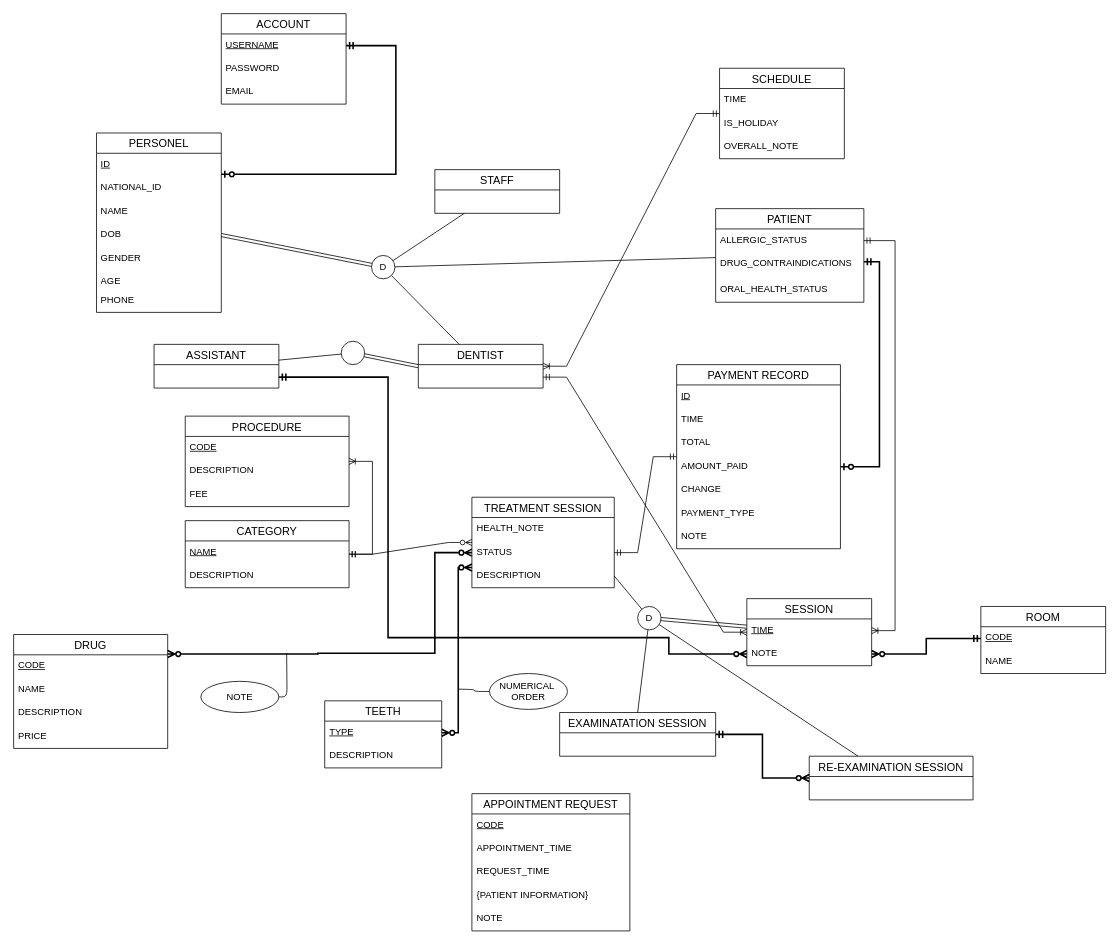
The draw.io diagram diagrams/conceptual-diagram-v4.drawio in nibtr/clinic-db, before the edit. Source tidied: cells renumbered, new cells numbered last; positions are measured from the earlier drawing's top-left corner, leaving out a move shared by most shapes. Both pictures are drawn from the tidied source at 78%, with x=0, y=0 at pixel (13, 13).
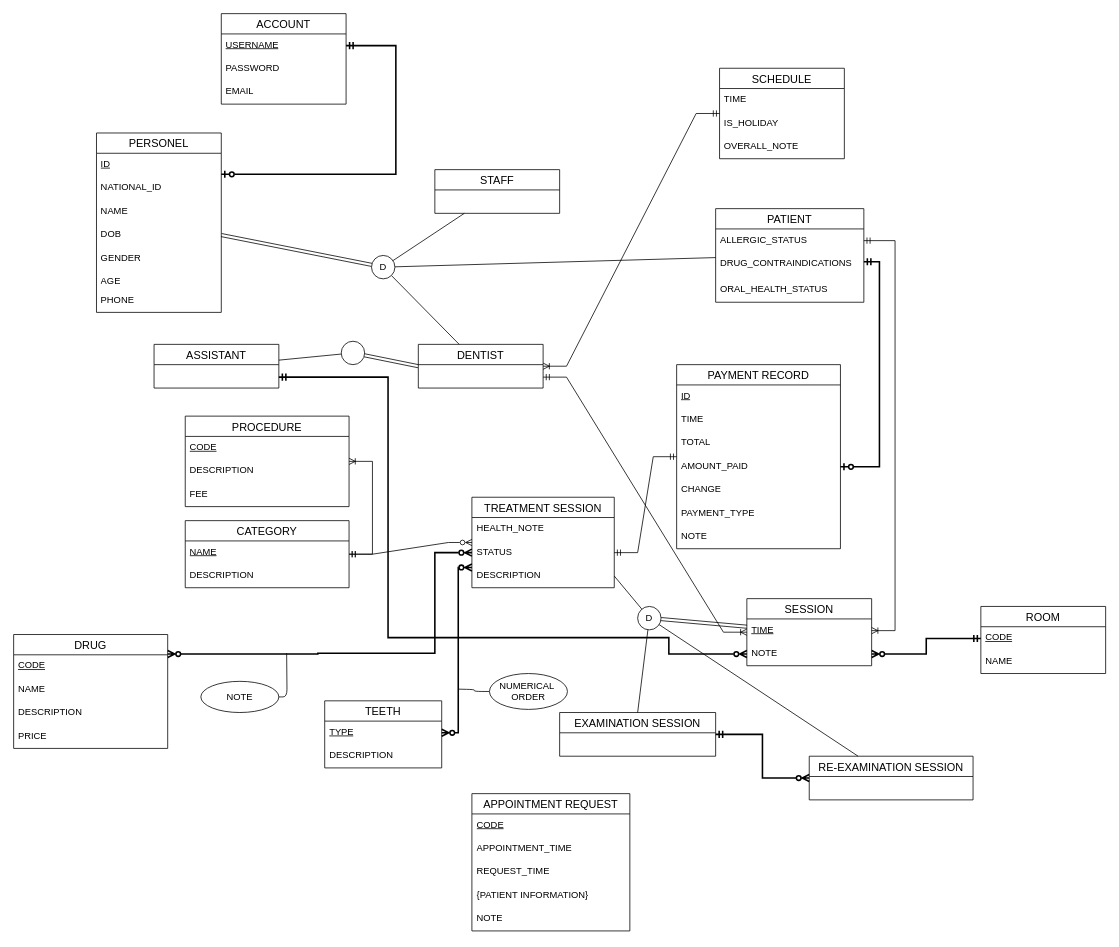
Above is the later version.

Change to the diagram source:
```diff
@@
-    <mxCell id="69" value="EXAMINATATION SESSION" style="swimlane;fontStyle=0;horizontal=1;startSize=26;align=center;fontSize=14;" parent="1" vertex="1">
+    <mxCell id="69" value="EXAMINATION SESSION" style="swimlane;fontStyle=0;horizontal=1;startSize=26;align=center;fontSize=14;" parent="1" vertex="1">
       <mxGeometry x="700" y="896" width="200" height="56" as="geometry" />
     </mxCell>
```
